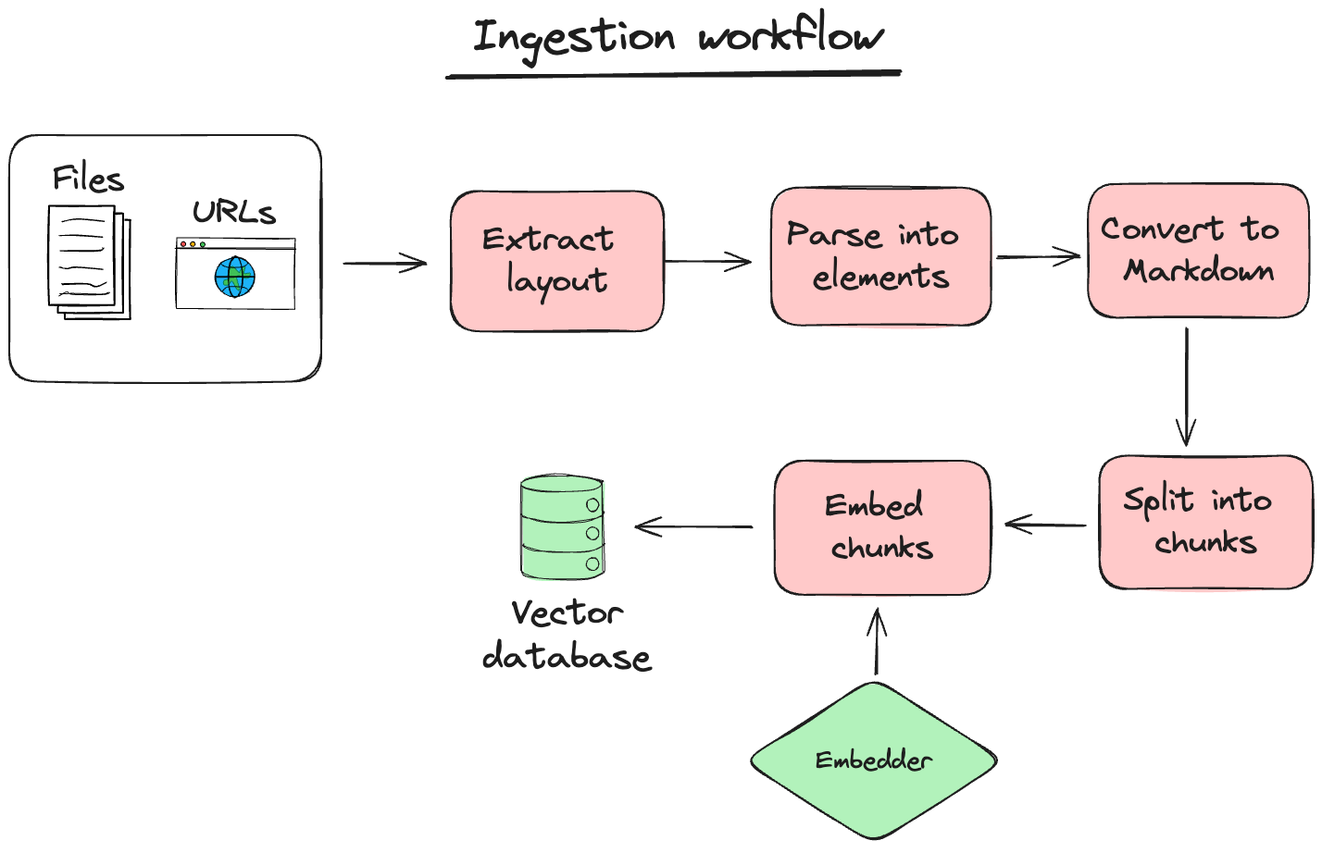
QuivrHQ/quivr keeps this Excalidraw diagram as docs/docs/workflows/examples/basic_ingestion.excalidraw.png. Above is the earlier version. Source tidied: one line per element, renumbered; positions are measured from the earlier drawing's top-left corner, leaving out a move shared by most shapes.
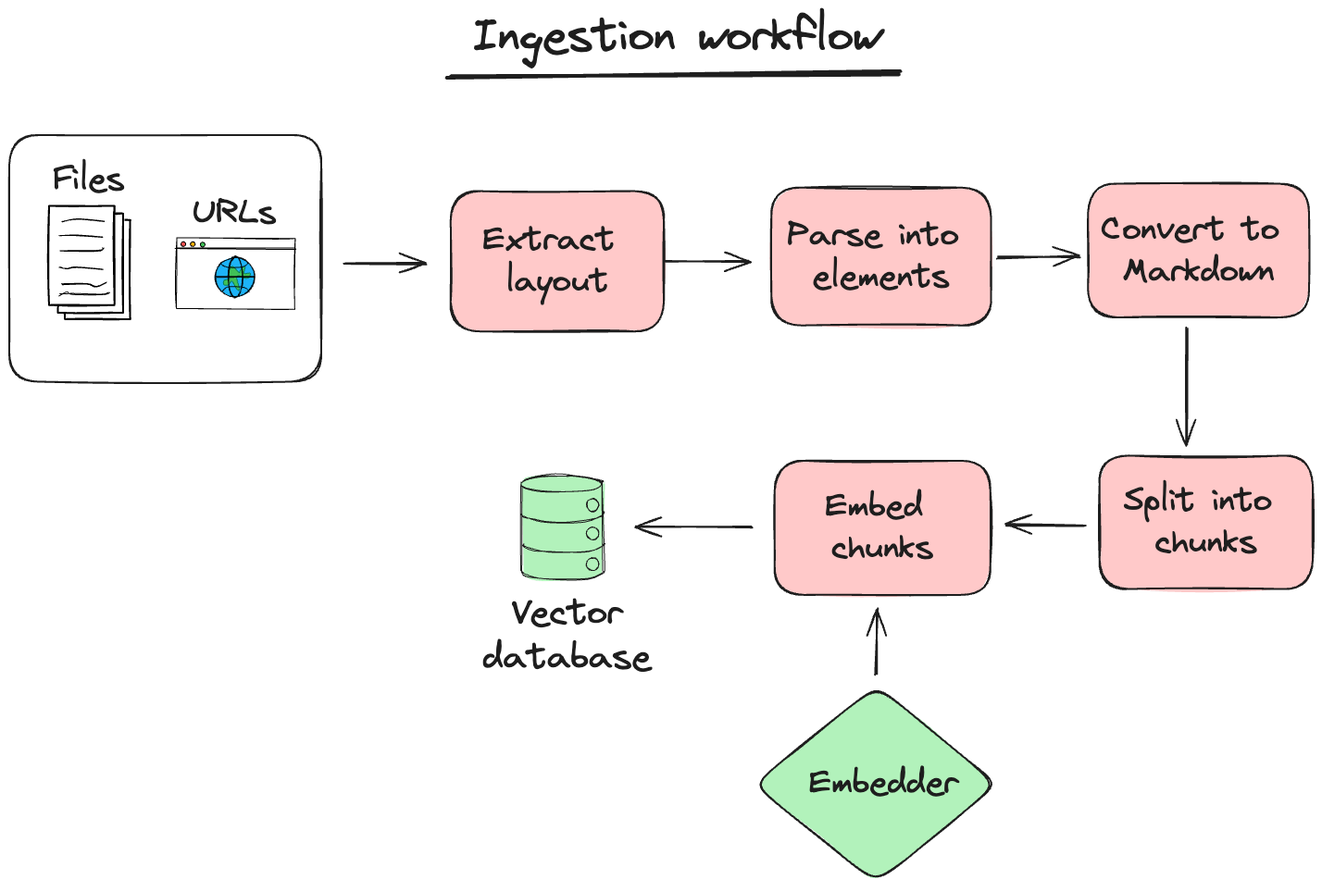
The same diagram one commit later.

What changed in the source:
```diff
@@ -33,7 +33,7 @@
 {"id": 32, "type": "text", "text": "Files", "strokeColor": "#1e1e1e", "strokeWidth": 2, "roughness": 1, "fontSize": 36, "fontFamily": 1, "x": 47, "y": 162, "width": 77, "height": 45}
 {"id": 33, "type": "text", "text": "URLs", "strokeColor": "#1e1e1e", "strokeWidth": 2, "roughness": 1, "fontSize": 36, "fontFamily": 1, "x": 197, "y": 198, "width": 91, "height": 45}
 {"id": 34, "type": "rectangle", "strokeColor": "#1e1e1e", "strokeWidth": 2, "roughness": 1, "round": true, "x": 0, "y": 136, "width": 337, "height": 266}
-{"id": 35, "type": "arrow", "strokeColor": "#1e1e1e", "strokeWidth": 2, "roughness": 1, "endArrowhead": "arrow", "round": true, "from": 28, "to": 30, "x": 1273, "y": 346, "width": 0, "height": 125, "points": [[0, 0], [0, 125]]}
+{"id": 35, "type": "arrow", "strokeColor": "#1e1e1e", "strokeWidth": 2, "roughness": 1, "endArrowhead": "arrow", "round": true, "from": 28, "to": 30, "x": 1273, "y": 345, "width": 0, "height": 125, "points": [[0, 0], [0, 125]]}
 {"id": 36, "type": "arrow", "strokeColor": "#1e1e1e", "strokeWidth": 2, "roughness": 1, "endArrowhead": "arrow", "round": true, "from": 30, "to": 45, "x": 1162, "y": 558, "width": 85, "height": 0, "points": [[0, 0], [-85, 0]]}
 {"id": 37, "type": "line", "strokeColor": "#1e1e1e", "backgroundColor": "#b2f2bb", "fillStyle": "solid", "strokeWidth": 1, "roughness": 1, "round": true, "x": 554, "y": 512, "width": 88, "height": 114, "points": [[0, 0], [0, 86], [0, 96], [5, 100], [20, 104], [47, 105], [72, 103], [86, 99], [88, 95], [88, 87], [88, 7], [87, 0], [82, -5], [70, -7], [43, -9], [21, -8], [4, -4], [0, 0], [0, 0]]}
 {"id": 38, "type": "line", "strokeColor": "#1e1e1e", "backgroundColor": "#b2f2bb", "fillStyle": "solid", "strokeWidth": 1, "roughness": 1, "round": true, "x": 555, "y": 578, "width": 88, "height": 10, "points": [[0, 0], [2, 4], [12, 7], [26, 9], [47, 9], [71, 8], [85, 3], [88, 0]]}
@@ -45,8 +45,8 @@
 {"id": 44, "type": "text", "text": "Vector\ndatabase", "strokeColor": "#1e1e1e", "backgroundColor": "#b2f2bb", "fillStyle": "solid", "strokeWidth": 2, "roughness": 1, "fontSize": 38.39, "fontFamily": 1, "textAlign": "center", "x": 512, "y": 629, "width": 182, "height": 96}
 {"id": 45, "type": "rectangle", "strokeColor": "#1e1e1e", "backgroundColor": "#ffc9c9", "fillStyle": "solid", "strokeWidth": 2, "roughness": 1, "round": true, "x": 827, "y": 488, "width": 233, "height": 145}
 {"id": 46, "type": "text", "text": "Embed \nchunks", "strokeColor": "#1e1e1e", "strokeWidth": 2, "roughness": 1, "fontSize": 36, "fontFamily": 1, "textAlign": "center", "verticalAlign": "middle", "inside": 45, "x": 881, "y": 515, "width": 124, "height": 90}
-{"id": 47, "type": "diamond", "strokeColor": "#1e1e1e", "backgroundColor": "#b2f2bb", "fillStyle": "solid", "strokeWidth": 2, "roughness": 1, "round": true, "x": 793, "y": 723, "width": 282, "height": 180}
-{"id": 48, "type": "text", "text": "Embedder", "strokeColor": "#1e1e1e", "backgroundColor": "#b2f2bb", "fillStyle": "solid", "strokeWidth": 2, "roughness": 1, "fontSize": 28, "fontFamily": 1, "textAlign": "center", "verticalAlign": "middle", "inside": 47, "x": 871, "y": 795, "width": 125, "height": 35}
-{"id": 49, "type": "arrow", "strokeColor": "#1e1e1e", "backgroundColor": "#b2f2bb", "fillStyle": "solid", "strokeWidth": 2, "roughness": 1, "endArrowhead": "arrow", "round": true, "from": 47, "to": 45, "x": 936, "y": 719, "width": 3, "height": 71, "points": [[0, 0], [3, -71]]}
+{"id": 49, "type": "arrow", "strokeColor": "#1e1e1e", "backgroundColor": "#b2f2bb", "fillStyle": "solid", "strokeWidth": 2, "roughness": 1, "endArrowhead": "arrow", "round": true, "from": 52, "to": 45, "x": 936, "y": 719, "width": 3, "height": 71, "points": [[0, 0], [3, -71]]}
 {"id": 50, "type": "arrow", "strokeColor": "#1e1e1e", "strokeWidth": 2, "roughness": 1, "endArrowhead": "arrow", "round": true, "from": 45, "x": 802, "y": 560, "width": 125, "height": 1, "points": [[0, 0], [-125, -1]]}
 {"id": 51, "type": "line", "strokeColor": "#1e1e1e", "backgroundColor": "#ffec99", "fillStyle": "solid", "strokeWidth": 4, "roughness": 2, "round": true, "x": 474, "y": 73, "width": 488, "height": 5, "points": [[0, 0], [488, -5]]}
+{"id": 52, "type": "diamond", "strokeColor": "#1e1e1e", "backgroundColor": "#b2f2bb", "fillStyle": "solid", "strokeWidth": 2, "roughness": 1, "round": true, "x": 803, "y": 731, "width": 264, "height": 214}
+{"id": 48, "type": "text", "text": "Embedder", "strokeColor": "#1e1e1e", "strokeWidth": 2, "strokeStyle": "dashed", "roughness": 0, "fontSize": 36, "fontFamily": 1, "x": 864, "y": 814, "width": 161, "height": 45}
```
